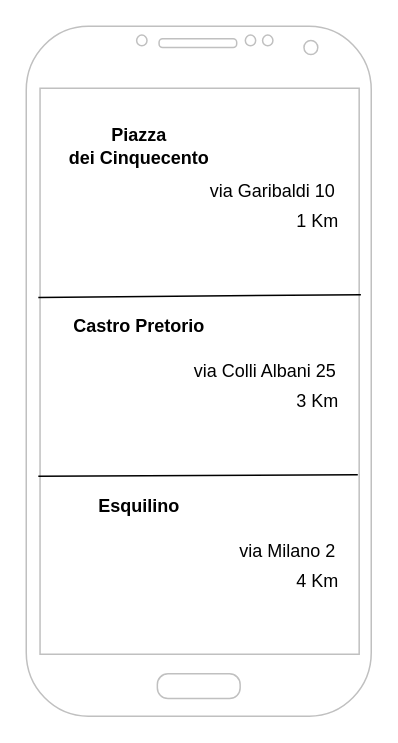
This is Wireframe.drawio from ChiaraGismondi02/2020-21-verifica, a draw.io file, before an edit. Source tidied: cells renumbered, new cells numbered last; positions are measured from the earlier drawing's top-left corner, leaving out a move shared by most shapes. Both pictures are drawn from the tidied source at 150%, with x=0, y=0 at pixel (26, 26). Pictures stored in the file or linked from it are replaced by grey dashed boxes.
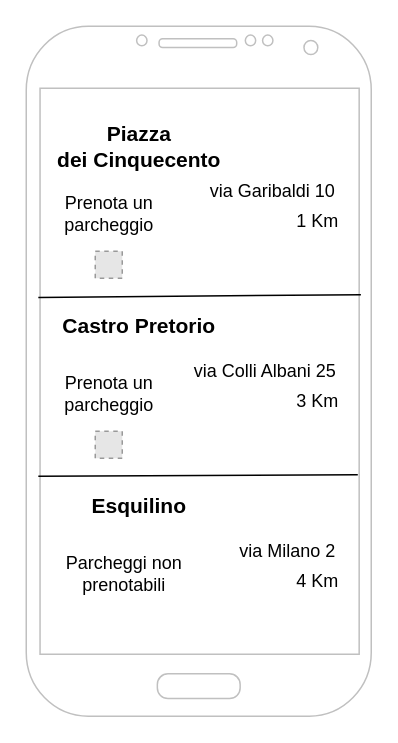
After the change.

What changed in the source:
```diff
@@
 <mxGraphModel>
   <root>
     <mxCell id="0" />
     <mxCell id="1" parent="0" />
     <mxCell id="2" style="verticalLabelPosition=bottom;verticalAlign=top;html=1;shadow=0;dashed=0;strokeWidth=1;shape=mxgraph.android.phone2;strokeColor=#c0c0c0;" parent="1" vertex="1">
       <mxGeometry width="230" height="460" as="geometry" />
     </mxCell>
-    <mxCell id="3" value="&lt;b&gt;Piazza &lt;br&gt;dei Cinquecento&lt;/b&gt;" style="text;html=1;align=center;verticalAlign=middle;fillColor=none;strokeColor=none;rounded=0;" parent="1" vertex="1">
-      <mxGeometry x="20" y="65" width="110" height="30" as="geometry" />
+    <mxCell id="3" value="&lt;b&gt;&lt;font style=&quot;vertical-align: inherit ; font-size: 14px&quot;&gt;&lt;font style=&quot;vertical-align: inherit ; font-size: 14px&quot;&gt;&lt;font style=&quot;vertical-align: inherit ; font-size: 14px&quot;&gt;&lt;font style=&quot;vertical-align: inherit ; font-size: 14px&quot;&gt;Piazza &lt;/font&gt;&lt;/font&gt;&lt;br&gt;&lt;font style=&quot;vertical-align: inherit ; font-size: 14px&quot;&gt;&lt;font style=&quot;vertical-align: inherit ; font-size: 14px&quot;&gt;dei Cinquecento&lt;/font&gt;&lt;/font&gt;&lt;/font&gt;&lt;/font&gt;&lt;/b&gt;" style="text;html=1;align=center;verticalAlign=middle;fillColor=none;strokeColor=none;rounded=0;" parent="1" vertex="1">
+      <mxGeometry x="15" y="60" width="120" height="40" as="geometry" />
     </mxCell>
     <mxCell id="4" value="&lt;font style=&quot;vertical-align: inherit ; font-size: 12px&quot;&gt;&lt;br&gt;&lt;/font&gt;" style="text;html=1;align=center;verticalAlign=middle;fillColor=none;strokeColor=none;rounded=0;" parent="1" vertex="1">
       <mxGeometry x="75" y="185" width="20" height="20" as="geometry" />
     </mxCell>
-    <mxCell id="5" value="&lt;b&gt;Castro Pretorio&lt;/b&gt;" style="text;html=1;align=center;verticalAlign=middle;fillColor=none;strokeColor=none;rounded=0;" parent="1" vertex="1">
-      <mxGeometry x="25" y="190" width="100" height="20" as="geometry" />
+    <mxCell id="5" value="&lt;font style=&quot;vertical-align: inherit ; font-size: 14px&quot;&gt;&lt;b&gt;&lt;font style=&quot;vertical-align: inherit ; font-size: 14px&quot;&gt;&lt;font style=&quot;vertical-align: inherit ; font-size: 14px&quot;&gt;Castro Pretorio&lt;/font&gt;&lt;/font&gt;&lt;/b&gt;&lt;/font&gt;" style="text;html=1;align=center;verticalAlign=middle;fillColor=none;strokeColor=none;rounded=0;" parent="1" vertex="1">
+      <mxGeometry x="15" y="190" width="120" height="20" as="geometry" />
     </mxCell>
-    <mxCell id="6" value="&lt;b&gt;Esquilino&lt;/b&gt;" style="text;html=1;align=center;verticalAlign=middle;fillColor=none;strokeColor=none;rounded=0;" parent="1" vertex="1">
-      <mxGeometry x="40" y="310" width="70" height="20" as="geometry" />
+    <mxCell id="6" value="&lt;font style=&quot;vertical-align: inherit ; font-size: 14px&quot;&gt;&lt;b&gt;&lt;font style=&quot;vertical-align: inherit ; font-size: 14px&quot;&gt;&lt;font style=&quot;vertical-align: inherit ; font-size: 14px&quot;&gt;Esquilino&lt;/font&gt;&lt;/font&gt;&lt;/b&gt;&lt;/font&gt;" style="text;html=1;align=center;verticalAlign=middle;fillColor=none;strokeColor=none;rounded=0;" parent="1" vertex="1">
+      <mxGeometry x="35" y="310" width="80" height="20" as="geometry" />
     </mxCell>
     <mxCell id="7" value="via Garibaldi 10" style="text;html=1;align=center;verticalAlign=middle;fillColor=none;strokeColor=none;rounded=0;" parent="1" vertex="1">
       <mxGeometry x="114" y="100" width="100" height="20" as="geometry" />
     </mxCell>
     <mxCell id="8" value="via Colli Albani 25" style="text;html=1;align=center;verticalAlign=middle;fillColor=none;strokeColor=none;rounded=0;" parent="1" vertex="1">
       <mxGeometry x="104" y="220" width="110" height="20" as="geometry" />
     </mxCell>
     <mxCell id="9" value="via Milano 2" style="text;html=1;align=center;verticalAlign=middle;fillColor=none;strokeColor=none;rounded=0;" parent="1" vertex="1">
       <mxGeometry x="134" y="340" width="80" height="20" as="geometry" />
     </mxCell>
     <mxCell id="10" value="1 Km" style="text;html=1;align=center;verticalAlign=middle;fillColor=none;strokeColor=none;rounded=0;" parent="1" vertex="1">
       <mxGeometry x="174" y="120" width="40" height="20" as="geometry" />
     </mxCell>
     <mxCell id="11" value="3 Km" style="text;html=1;align=center;verticalAlign=middle;fillColor=none;strokeColor=none;rounded=0;" parent="1" vertex="1">
       <mxGeometry x="174" y="240" width="40" height="20" as="geometry" />
     </mxCell>
     <mxCell id="12" value="4 Km" style="text;html=1;align=center;verticalAlign=middle;fillColor=none;strokeColor=none;rounded=0;" parent="1" vertex="1">
       <mxGeometry x="174" y="360" width="40" height="20" as="geometry" />
     </mxCell>
     <mxCell id="13" style="endArrow=none;html=1;exitX=0.035;exitY=0.393;exitDx=0;exitDy=0;exitPerimeter=0;entryX=0.97;entryY=0.389;entryDx=0;entryDy=0;entryPerimeter=0;" parent="1" edge="1" source="2" target="2">
       <mxGeometry relative="1" as="geometry" />
     </mxCell>
     <mxCell id="14" style="endArrow=none;html=1;exitX=0.035;exitY=0.652;exitDx=0;exitDy=0;exitPerimeter=0;entryX=0.961;entryY=0.65;entryDx=0;entryDy=0;entryPerimeter=0;" parent="1" edge="1" source="2" target="2">
       <mxGeometry relative="1" as="geometry" />
     </mxCell>
+    <mxCell id="15" style="fillColor=#E6E6E6;strokeColor=#999999;dashed=1;html=1;verticalAlign=top;verticalLabelPosition=bottom;labelBackgroundColor=#ffffff;" parent="1" vertex="1">
+      <mxGeometry x="46" y="150" width="18" height="18" as="geometry" />
+    </mxCell>
+    <mxCell id="16" style="fillColor=#E6E6E6;strokeColor=#999999;dashed=1;html=1;verticalAlign=top;verticalLabelPosition=bottom;labelBackgroundColor=#ffffff;" parent="1" vertex="1">
+      <mxGeometry x="46" y="270" width="18" height="18" as="geometry" />
+    </mxCell>
+    <mxCell id="17" value="Prenota un &lt;br&gt;parcheggio" style="text;html=1;align=center;verticalAlign=middle;fillColor=none;strokeColor=none;rounded=0;" parent="1" vertex="1">
+      <mxGeometry x="20" y="230" width="70" height="30" as="geometry" />
+    </mxCell>
+    <mxCell id="18" value="Prenota un &lt;br&gt;parcheggio" style="text;html=1;align=center;verticalAlign=middle;fillColor=none;strokeColor=none;rounded=0;" parent="1" vertex="1">
+      <mxGeometry x="20" y="110" width="70" height="30" as="geometry" />
+    </mxCell>
+    <mxCell id="19" value="Parcheggi non &lt;br&gt;prenotabili&lt;br&gt;" style="text;html=1;align=center;verticalAlign=middle;fillColor=none;strokeColor=none;rounded=0;" parent="1" vertex="1">
+      <mxGeometry x="20" y="350" width="90" height="30" as="geometry" />
+    </mxCell>
   </root>
 </mxGraphModel>
```
